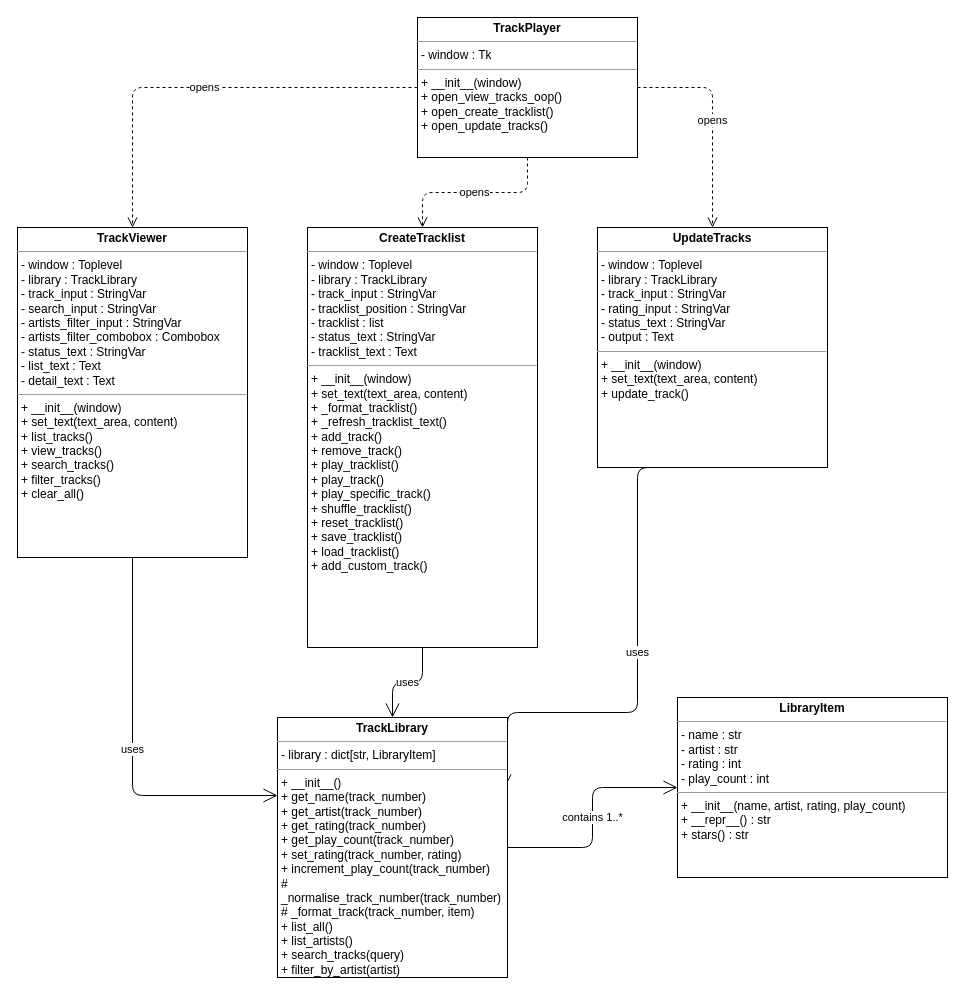
Earlier version of the draw.io diagram class_diag.drawio (peterpool-dasherz/oop-new). Source tidied: cells renumbered, new cells numbered last; positions are measured from the earlier drawing's top-left corner, leaving out a move shared by most shapes. Both pictures are drawn from the tidied source at 100%, with x=0, y=0 at pixel (17, 17).
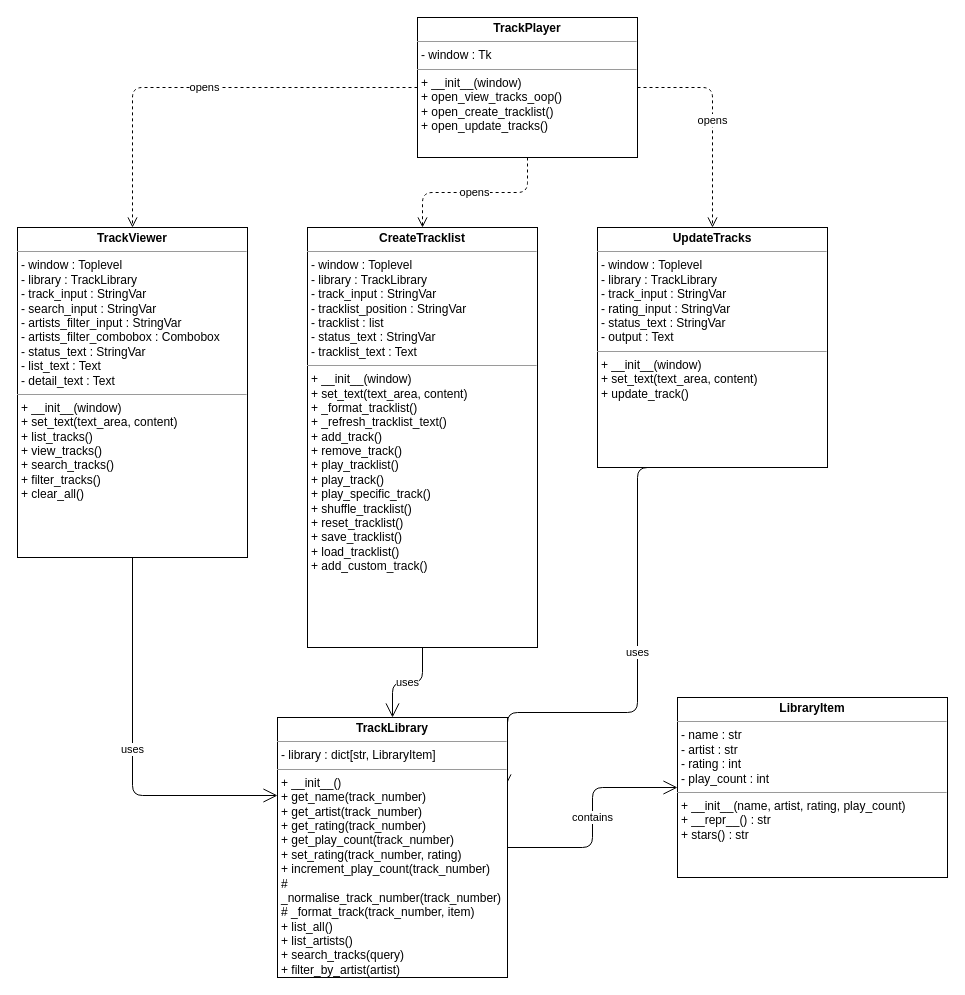
The same page after the edit.

The edit, as a diff of the source:
```diff
@@
 <mxGraphModel>
   <root>
     <mxCell id="0" />
     <mxCell id="1" parent="0" />
     <mxCell id="2" value="&lt;p style=&quot;margin:0px;margin-top:4px;text-align:center;&quot;&gt;&lt;b&gt;TrackPlayer&lt;/b&gt;&lt;/p&gt;&lt;hr size=&quot;1&quot; /&gt;&lt;p style=&quot;margin:0px;margin-left:4px;&quot;&gt;- window : Tk&lt;/p&gt;&lt;hr size=&quot;1&quot; /&gt;&lt;p style=&quot;margin:0px;margin-left:4px;&quot;&gt;+ __init__(window)&lt;br&gt;+ open_view_tracks_oop()&lt;br&gt;+ open_create_tracklist()&lt;br&gt;+ open_update_tracks()&lt;/p&gt;" style="verticalAlign=top;align=left;overflow=fill;fontSize=12;fontFamily=Helvetica;html=1;whiteSpace=wrap;" parent="1" vertex="1">
       <mxGeometry x="400" width="220" height="140" as="geometry" />
     </mxCell>
     <mxCell id="3" value="&lt;p style=&quot;margin:0px;margin-top:4px;text-align:center;&quot;&gt;&lt;b&gt;TrackViewer&lt;/b&gt;&lt;/p&gt;&lt;hr size=&quot;1&quot; /&gt;&lt;p style=&quot;margin:0px;margin-left:4px;&quot;&gt;- window : Toplevel&lt;br&gt;- library : TrackLibrary&lt;br&gt;- track_input : StringVar&lt;br&gt;- search_input : StringVar&lt;br&gt;- artists_filter_input : StringVar&lt;br&gt;- artists_filter_combobox : Combobox&lt;br&gt;- status_text : StringVar&lt;br&gt;- list_text : Text&lt;br&gt;- detail_text : Text&lt;/p&gt;&lt;hr size=&quot;1&quot; /&gt;&lt;p style=&quot;margin:0px;margin-left:4px;&quot;&gt;+ __init__(window)&lt;br&gt;+ set_text(text_area, content)&lt;br&gt;+ list_tracks()&lt;br&gt;+ view_tracks()&lt;br&gt;+ search_tracks()&lt;br&gt;+ filter_tracks()&lt;br&gt;+ clear_all()&lt;/p&gt;" style="verticalAlign=top;align=left;overflow=fill;fontSize=12;fontFamily=Helvetica;html=1;whiteSpace=wrap;" parent="1" vertex="1">
       <mxGeometry y="210" width="230" height="330" as="geometry" />
     </mxCell>
     <mxCell id="4" value="&lt;p style=&quot;margin:0px;margin-top:4px;text-align:center;&quot;&gt;&lt;b&gt;CreateTracklist&lt;/b&gt;&lt;/p&gt;&lt;hr size=&quot;1&quot;&gt;&lt;p style=&quot;margin:0px;margin-left:4px;&quot;&gt;- window : Toplevel&lt;br&gt;- library : TrackLibrary&lt;br&gt;- track_input : StringVar&lt;br&gt;- tracklist_position : StringVar&lt;br&gt;- tracklist : list&lt;br&gt;- status_text : StringVar&lt;br&gt;- tracklist_text : Text&lt;/p&gt;&lt;hr size=&quot;1&quot;&gt;&lt;p style=&quot;margin:0px;margin-left:4px;&quot;&gt;+ __init__(window)&lt;br&gt;+ set_text(text_area, content)&lt;br&gt;+ _format_tracklist()&lt;/p&gt;&lt;p style=&quot;margin:0px;margin-left:4px;&quot;&gt;+ _refresh_tracklist_text()&lt;br&gt;+ add_track()&lt;br&gt;+ remove_track()&lt;br&gt;+ play_tracklist()&lt;br&gt;+ play_track()&lt;br&gt;+ play_specific_track()&lt;br&gt;+ shuffle_tracklist()&lt;br&gt;+ reset_tracklist()&lt;br&gt;+ save_tracklist()&lt;br&gt;+ load_tracklist()&lt;br&gt;+ add_custom_track()&lt;/p&gt;" style="verticalAlign=top;align=left;overflow=fill;fontSize=12;fontFamily=Helvetica;html=1;whiteSpace=wrap;" parent="1" vertex="1">
       <mxGeometry x="290" y="210" width="230" height="420" as="geometry" />
     </mxCell>
     <mxCell id="5" value="uses" style="edgeStyle=orthogonalEdgeStyle;rounded=1;jettySize=auto;html=1;exitX=0.5;exitY=1;exitDx=0;exitDy=0;entryX=1;entryY=0.25;entryDx=0;entryDy=0;curved=0;endArrow=open;endFill=0;" parent="1" edge="1" source="6" target="7">
       <mxGeometry relative="1" as="geometry">
         <Array as="points">
           <mxPoint x="620" y="450" />
           <mxPoint x="620" y="695" />
         </Array>
       </mxGeometry>
     </mxCell>
     <mxCell id="6" value="&lt;p style=&quot;margin:0px;margin-top:4px;text-align:center;&quot;&gt;&lt;b&gt;UpdateTracks&lt;/b&gt;&lt;/p&gt;&lt;hr size=&quot;1&quot; /&gt;&lt;p style=&quot;margin:0px;margin-left:4px;&quot;&gt;- window : Toplevel&lt;br&gt;- library : TrackLibrary&lt;br&gt;- track_input : StringVar&lt;br&gt;- rating_input : StringVar&lt;br&gt;- status_text : StringVar&lt;br&gt;- output : Text&lt;/p&gt;&lt;hr size=&quot;1&quot; /&gt;&lt;p style=&quot;margin:0px;margin-left:4px;&quot;&gt;+ __init__(window)&lt;br&gt;+ set_text(text_area, content)&lt;br&gt;+ update_track()&lt;/p&gt;" style="verticalAlign=top;align=left;overflow=fill;fontSize=12;fontFamily=Helvetica;html=1;whiteSpace=wrap;" parent="1" vertex="1">
       <mxGeometry x="580" y="210" width="230" height="240" as="geometry" />
     </mxCell>
     <mxCell id="7" value="&lt;p style=&quot;margin:0px;margin-top:4px;text-align:center;&quot;&gt;&lt;b&gt;TrackLibrary&lt;/b&gt;&lt;/p&gt;&lt;hr size=&quot;1&quot; /&gt;&lt;p style=&quot;margin:0px;margin-left:4px;&quot;&gt;- library : dict[str, LibraryItem]&lt;/p&gt;&lt;hr size=&quot;1&quot; /&gt;&lt;p style=&quot;margin:0px;margin-left:4px;&quot;&gt;+ __init__()&lt;br&gt;+ get_name(track_number)&lt;br&gt;+ get_artist(track_number)&lt;br&gt;+ get_rating(track_number)&lt;br&gt;+ get_play_count(track_number)&lt;br&gt;+ set_rating(track_number, rating)&lt;br&gt;+ increment_play_count(track_number)&lt;br&gt;# _normalise_track_number(track_number)&lt;br&gt;# _format_track(track_number, item)&lt;br&gt;+ list_all()&lt;br&gt;+ list_artists()&lt;br&gt;+ search_tracks(query)&lt;br&gt;+ filter_by_artist(artist)&lt;/p&gt;" style="verticalAlign=top;align=left;overflow=fill;fontSize=12;fontFamily=Helvetica;html=1;whiteSpace=wrap;" parent="1" vertex="1">
       <mxGeometry x="260" y="700" width="230" height="260" as="geometry" />
     </mxCell>
     <mxCell id="8" value="&lt;p style=&quot;margin:0px;margin-top:4px;text-align:center;&quot;&gt;&lt;b&gt;LibraryItem&lt;/b&gt;&lt;/p&gt;&lt;hr size=&quot;1&quot; /&gt;&lt;p style=&quot;margin:0px;margin-left:4px;&quot;&gt;- name : str&lt;br&gt;- artist : str&lt;br&gt;- rating : int&lt;br&gt;- play_count : int&lt;/p&gt;&lt;hr size=&quot;1&quot; /&gt;&lt;p style=&quot;margin:0px;margin-left:4px;&quot;&gt;+ __init__(name, artist, rating, play_count)&lt;br&gt;+ __repr__() : str&lt;br&gt;+ stars() : str&lt;/p&gt;" style="verticalAlign=top;align=left;overflow=fill;fontSize=12;fontFamily=Helvetica;html=1;whiteSpace=wrap;" parent="1" vertex="1">
       <mxGeometry x="660" y="680" width="270" height="180" as="geometry" />
     </mxCell>
     <mxCell id="9" value="opens" style="endArrow=open;endFill=0;endSize=8;html=1;dashed=1;edgeStyle=orthogonalEdgeStyle;entryX=0.5;entryY=0;exitX=0;exitY=0.5;" parent="1" edge="1" source="2" target="3">
       <mxGeometry relative="1" as="geometry" />
     </mxCell>
     <mxCell id="10" value="opens" style="endArrow=open;endFill=0;endSize=8;html=1;dashed=1;edgeStyle=orthogonalEdgeStyle;exitX=0.5;exitY=1;entryX=0.5;entryY=0;" parent="1" edge="1" source="2" target="4">
       <mxGeometry relative="1" as="geometry" />
     </mxCell>
     <mxCell id="11" value="opens" style="endArrow=open;endFill=0;endSize=8;html=1;dashed=1;edgeStyle=orthogonalEdgeStyle;entryX=0.5;entryY=0;exitX=1;exitY=0.5;" parent="1" edge="1" source="2" target="6">
       <mxGeometry relative="1" as="geometry" />
     </mxCell>
     <mxCell id="12" value="uses" style="endArrow=open;endFill=0;endSize=12;html=1;edgeStyle=orthogonalEdgeStyle;exitX=0.5;exitY=1;entryX=0;entryY=0.3;" parent="1" edge="1" source="3" target="7">
       <mxGeometry relative="1" as="geometry" />
     </mxCell>
     <mxCell id="13" value="uses" style="endArrow=open;endFill=0;endSize=12;html=1;edgeStyle=orthogonalEdgeStyle;exitX=0.5;exitY=1;entryX=0.5;entryY=0;" parent="1" edge="1" source="4" target="7">
       <mxGeometry relative="1" as="geometry" />
     </mxCell>
-    <mxCell id="14" value="contains 1..*" style="endArrow=open;endFill=0;endSize=12;html=1;edgeStyle=orthogonalEdgeStyle;exitX=1;exitY=0.5;entryX=0;entryY=0.5;" parent="1" edge="1" source="7" target="8">
+    <mxCell id="14" value="contains" style="endArrow=open;endFill=0;endSize=12;html=1;edgeStyle=orthogonalEdgeStyle;exitX=1;exitY=0.5;entryX=0;entryY=0.5;" parent="1" edge="1" source="7" target="8">
       <mxGeometry relative="1" as="geometry" />
     </mxCell>
   </root>
 </mxGraphModel>
```
